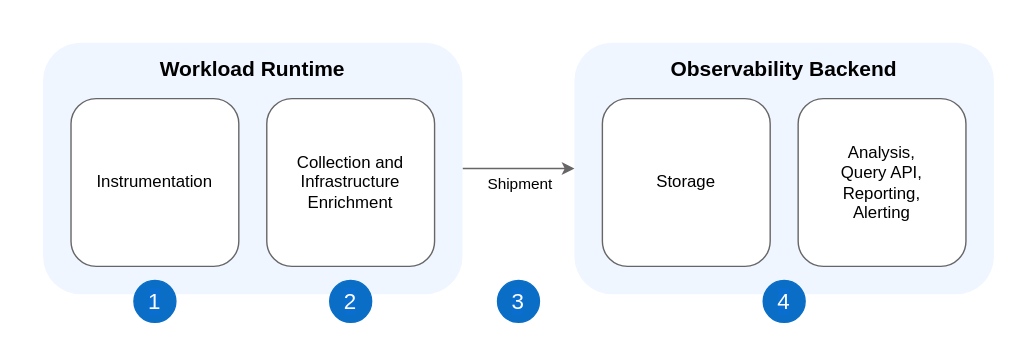
This is docs/user/assets/telemetry-stages.drawio.svg from kyma-project/telemetry-manager, a draw.io export, as it was before one commit. Source tidied: cells renumbered, new cells last; positions are measured from the earlier drawing's top-left corner, leaving out a move shared by most shapes.
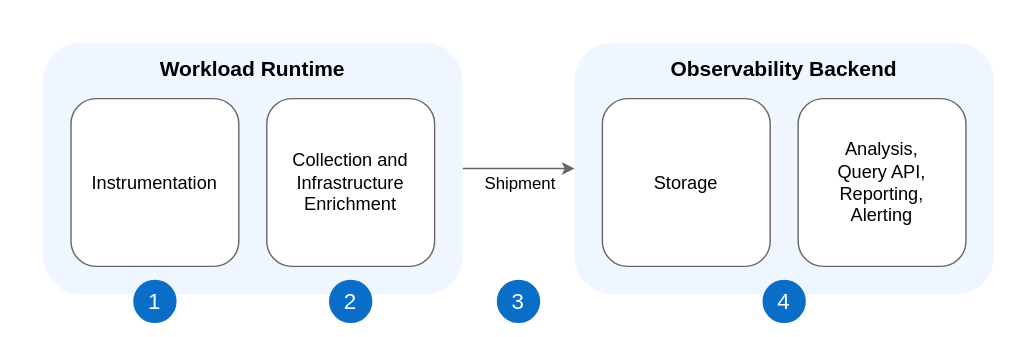
The same diagram one commit later.

Diff of the diagram source:
```diff
@@ -5,30 +5,30 @@
     <mxCell id="2" style="rounded=0;whiteSpace=wrap;html=1;strokeColor=none;" parent="1" vertex="1">
       <mxGeometry width="720" height="240" as="geometry" />
     </mxCell>
-    <mxCell id="3" value="&lt;font style=&quot;font-size: 15px;&quot;&gt;&lt;b&gt;Observability Backend&lt;br&gt;&lt;br&gt;&lt;br&gt;&lt;br&gt;&lt;br&gt;&lt;br&gt;&lt;br&gt;&lt;br&gt;&lt;br&gt;&lt;/b&gt;&lt;/font&gt;" style="rounded=1;whiteSpace=wrap;html=1;fillColor=#F0F6FF;strokeColor=none;" parent="1" vertex="1">
+    <mxCell id="3" value="&lt;font style=&quot;font-size: 15px;&quot;&gt;&lt;b style=&quot;font-size: 15px;&quot;&gt;Observability Backend&lt;br style=&quot;font-size: 15px;&quot;&gt;&lt;br style=&quot;font-size: 15px;&quot;&gt;&lt;br style=&quot;font-size: 15px;&quot;&gt;&lt;br style=&quot;font-size: 15px;&quot;&gt;&lt;br style=&quot;font-size: 15px;&quot;&gt;&lt;br style=&quot;font-size: 15px;&quot;&gt;&lt;br style=&quot;font-size: 15px;&quot;&gt;&lt;br style=&quot;font-size: 15px;&quot;&gt;&lt;br style=&quot;font-size: 15px;&quot;&gt;&lt;/b&gt;&lt;/font&gt;" style="rounded=1;whiteSpace=wrap;html=1;fillColor=#F0F6FF;strokeColor=none;fontSize=15;" parent="1" vertex="1">
       <mxGeometry x="410" y="30" width="300" height="180" as="geometry" />
     </mxCell>
     <mxCell id="4" style="edgeStyle=none;html=1;exitX=1;exitY=0.5;exitDx=0;exitDy=0;entryX=0;entryY=0.5;entryDx=0;entryDy=0;strokeColor=#666666;" parent="1" edge="1" source="6" target="3">
       <mxGeometry relative="1" as="geometry" />
     </mxCell>
-    <mxCell id="5" value="Shipment" style="edgeLabel;html=1;align=center;verticalAlign=middle;" parent="4" vertex="1">
+    <mxCell id="5" value="Shipment" style="edgeLabel;html=1;align=center;verticalAlign=middle;fontSize=12;" parent="4" vertex="1">
       <mxGeometry x="-0.15" y="-1" relative="1" as="geometry">
         <mxPoint x="6" y="9" as="offset" />
       </mxGeometry>
     </mxCell>
-    <mxCell id="6" value="&lt;b style=&quot;border-color: var(--border-color); font-size: 15px;&quot;&gt;Workload Runtime&lt;br&gt;&lt;br&gt;&lt;br&gt;&lt;br&gt;&lt;br&gt;&lt;br&gt;&lt;br&gt;&lt;br&gt;&lt;br&gt;&lt;/b&gt;" style="rounded=1;whiteSpace=wrap;html=1;fillColor=#F0F6FF;strokeColor=none;" parent="1" vertex="1">
+    <mxCell id="6" value="&lt;b style=&quot;border-color: var(--border-color); font-size: 15px;&quot;&gt;Workload Runtime&lt;br style=&quot;font-size: 15px;&quot;&gt;&lt;br style=&quot;font-size: 15px;&quot;&gt;&lt;br style=&quot;font-size: 15px;&quot;&gt;&lt;br style=&quot;font-size: 15px;&quot;&gt;&lt;br style=&quot;font-size: 15px;&quot;&gt;&lt;br style=&quot;font-size: 15px;&quot;&gt;&lt;br style=&quot;font-size: 15px;&quot;&gt;&lt;br style=&quot;font-size: 15px;&quot;&gt;&lt;br style=&quot;font-size: 15px;&quot;&gt;&lt;/b&gt;" style="rounded=1;whiteSpace=wrap;html=1;fillColor=#F0F6FF;strokeColor=none;fontSize=15;" parent="1" vertex="1">
       <mxGeometry x="30" y="30" width="300" height="180" as="geometry" />
     </mxCell>
-    <mxCell id="7" value="Instrumentation" style="rounded=1;whiteSpace=wrap;html=1;strokeColor=#666666;" parent="1" vertex="1">
+    <mxCell id="7" value="Instrumentation" style="rounded=1;whiteSpace=wrap;html=1;strokeColor=#666666;fontSize=13;" parent="1" vertex="1">
       <mxGeometry x="50" y="70" width="120" height="120" as="geometry" />
     </mxCell>
-    <mxCell id="8" value="Collection and Infrastructure Enrichment" style="rounded=1;whiteSpace=wrap;html=1;strokeColor=#666666;" parent="1" vertex="1">
+    <mxCell id="8" value="Collection and Infrastructure Enrichment" style="rounded=1;whiteSpace=wrap;html=1;strokeColor=#666666;fontSize=13;" parent="1" vertex="1">
       <mxGeometry x="190" y="70" width="120" height="120" as="geometry" />
     </mxCell>
-    <mxCell id="9" value="Storage" style="rounded=1;whiteSpace=wrap;html=1;strokeColor=#666666;" parent="1" vertex="1">
+    <mxCell id="9" value="Storage" style="rounded=1;whiteSpace=wrap;html=1;strokeColor=#666666;fontSize=13;" parent="1" vertex="1">
       <mxGeometry x="430" y="70" width="120" height="120" as="geometry" />
     </mxCell>
-    <mxCell id="10" value="Analysis,&lt;br&gt;&lt;span style=&quot;text-align: left;&quot;&gt;Query API,&lt;br&gt;&lt;/span&gt;&lt;span style=&quot;text-align: left;&quot;&gt;Reporting,&lt;br&gt;&lt;/span&gt;&lt;span style=&quot;text-align: left; background-color: initial;&quot;&gt;Alerting&lt;/span&gt;&lt;span style=&quot;text-align: left;&quot;&gt;&lt;br&gt;&lt;/span&gt;" style="rounded=1;whiteSpace=wrap;html=1;align=center;strokeColor=#666666;" parent="1" vertex="1">
+    <mxCell id="10" value="Analysis,&lt;br style=&quot;font-size: 13px;&quot;&gt;&lt;span style=&quot;text-align: left; font-size: 13px;&quot;&gt;Query API,&lt;br style=&quot;font-size: 13px;&quot;&gt;&lt;/span&gt;&lt;span style=&quot;text-align: left; font-size: 13px;&quot;&gt;Reporting,&lt;br style=&quot;font-size: 13px;&quot;&gt;&lt;/span&gt;&lt;span style=&quot;text-align: left; background-color: initial; font-size: 13px;&quot;&gt;Alerting&lt;/span&gt;&lt;span style=&quot;text-align: left; font-size: 13px;&quot;&gt;&lt;br style=&quot;font-size: 13px;&quot;&gt;&lt;/span&gt;" style="rounded=1;whiteSpace=wrap;html=1;align=center;strokeColor=#666666;fontSize=13;" parent="1" vertex="1">
       <mxGeometry x="570" y="70" width="120" height="120" as="geometry" />
     </mxCell>
     <mxCell id="11" value="&lt;font style=&quot;font-size: 16px&quot;&gt;1&lt;/font&gt;" style="ellipse;whiteSpace=wrap;html=1;labelBackgroundColor=#0A6ED1;fontColor=#FFFFFF;fillColor=#0A6EC7;strokeColor=#0A6EC7;" parent="1" vertex="1">
```
